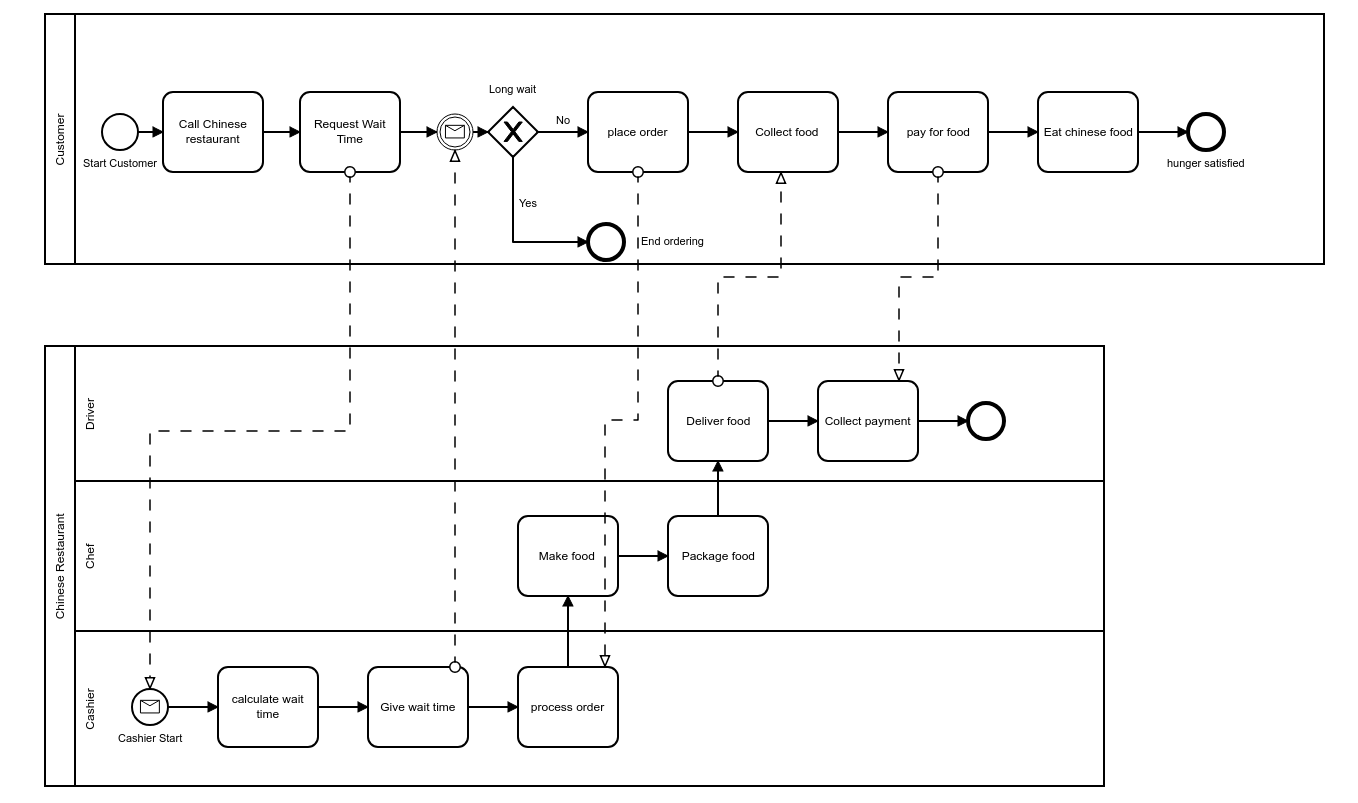
This is BPMN/foodordering.png from codecasualty/MTP, a BPMN export, as it was before one commit. Its source is kept beside it as BPMN/foodordering.bpmn. Ids are renumbered.
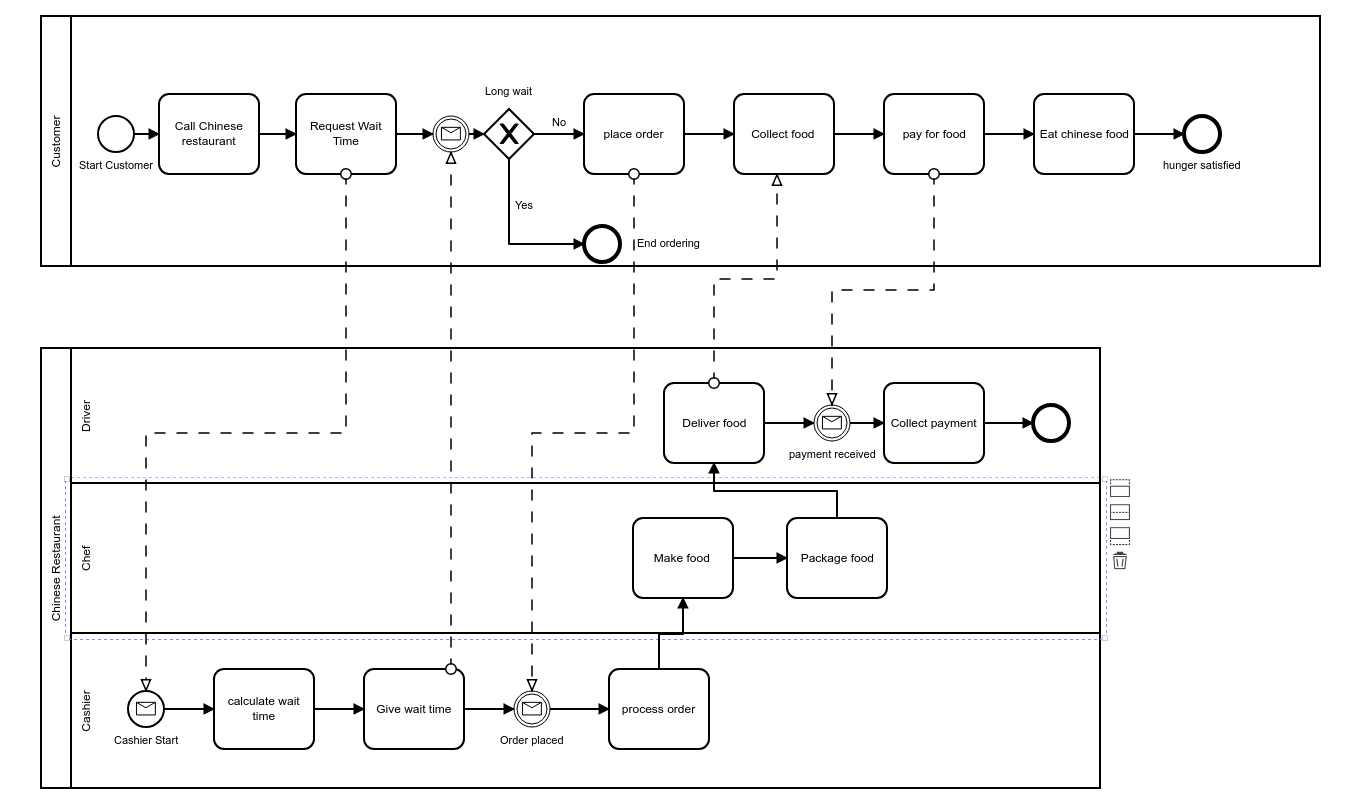
Above is the later version.

Diff of the diagram source:
```diff
@@ -2,11 +2,11 @@
   <bpmn:collaboration id="Collaboration_n2">
     <bpmn:participant id="Participant_n3" name="Customer" processRef="Process_1" />
     <bpmn:participant id="Participant_n4" name="Chinese Restaurant" processRef="Process_n5" />
-    <bpmn:messageFlow id="MessageFlow_n6" sourceRef="Task_n7" targetRef="Task_n8" />
     <bpmn:messageFlow id="MessageFlow_n9" sourceRef="Task_n10" targetRef="Task_n11" />
-    <bpmn:messageFlow id="MessageFlow_n12" sourceRef="Task_n13" targetRef="Task_n14" />
     <bpmn:messageFlow id="MessageFlow_n15" sourceRef="Task_n16" targetRef="StartEvent_n17" />
     <bpmn:messageFlow id="MessageFlow_n18" sourceRef="Task_n19" targetRef="IntermediateThrowEvent_n20" />
+    <bpmn:messageFlow id="MessageFlow_n53" sourceRef="Task_n7" targetRef="IntermediateThrowEvent_n54" />
+    <bpmn:messageFlow id="MessageFlow_n55" sourceRef="Task_n13" targetRef="IntermediateThrowEvent_n56" />
   </bpmn:collaboration>
   <bpmn:process id="Process_1" isExecutable="true">
     <bpmn:startEvent id="StartEvent_n21" name="Start Customer">
@@ -67,18 +67,20 @@
     <bpmn:laneSet id="LaneSet_n37">
       <bpmn:lane id="Lane_n38" name="Driver">
         <bpmn:flowNodeRef>Task_n10</bpmn:flowNodeRef>
+        <bpmn:flowNodeRef>EndEvent_n39</bpmn:flowNodeRef>
         <bpmn:flowNodeRef>Task_n14</bpmn:flowNodeRef>
-        <bpmn:flowNodeRef>EndEvent_n39</bpmn:flowNodeRef>
+        <bpmn:flowNodeRef>IntermediateThrowEvent_n56</bpmn:flowNodeRef>
       </bpmn:lane>
       <bpmn:lane id="Lane_n40" name="Chef">
+        <bpmn:flowNodeRef>Task_n42</bpmn:flowNodeRef>
         <bpmn:flowNodeRef>Task_n41</bpmn:flowNodeRef>
-        <bpmn:flowNodeRef>Task_n42</bpmn:flowNodeRef>
       </bpmn:lane>
       <bpmn:lane id="Lane_n43" name="Cashier">
         <bpmn:flowNodeRef>Task_n44</bpmn:flowNodeRef>
         <bpmn:flowNodeRef>Task_n19</bpmn:flowNodeRef>
+        <bpmn:flowNodeRef>StartEvent_n17</bpmn:flowNodeRef>
         <bpmn:flowNodeRef>Task_n8</bpmn:flowNodeRef>
-        <bpmn:flowNodeRef>StartEvent_n17</bpmn:flowNodeRef>
+        <bpmn:flowNodeRef>IntermediateThrowEvent_n54</bpmn:flowNodeRef>
       </bpmn:lane>
     </bpmn:laneSet>
     <bpmn:task id="Task_n44" name="calculate wait time">
@@ -88,42 +90,54 @@
     <bpmn:sequenceFlow id="SequenceFlow_n45" sourceRef="StartEvent_n17" targetRef="Task_n44" />
     <bpmn:task id="Task_n19" name="Give wait time">
       <bpmn:incoming>SequenceFlow_n46</bpmn:incoming>
-      <bpmn:outgoing>SequenceFlow_n47</bpmn:outgoing>
+      <bpmn:outgoing>SequenceFlow_n57</bpmn:outgoing>
     </bpmn:task>
     <bpmn:sequenceFlow id="SequenceFlow_n46" sourceRef="Task_n44" targetRef="Task_n19" />
-    <bpmn:task id="Task_n8" name="process order">
-      <bpmn:incoming>SequenceFlow_n47</bpmn:incoming>
-      <bpmn:outgoing>SequenceFlow_n48</bpmn:outgoing>
-    </bpmn:task>
-    <bpmn:sequenceFlow id="SequenceFlow_n47" sourceRef="Task_n19" targetRef="Task_n8" />
     <bpmn:sequenceFlow id="SequenceFlow_n48" sourceRef="Task_n8" targetRef="Task_n41" />
-    <bpmn:task id="Task_n41" name="Make food ">
-      <bpmn:incoming>SequenceFlow_n48</bpmn:incoming>
-      <bpmn:outgoing>SequenceFlow_n49</bpmn:outgoing>
-    </bpmn:task>
-    <bpmn:task id="Task_n42" name="Package food">
-      <bpmn:incoming>SequenceFlow_n49</bpmn:incoming>
-      <bpmn:outgoing>SequenceFlow_n50</bpmn:outgoing>
-    </bpmn:task>
     <bpmn:sequenceFlow id="SequenceFlow_n49" sourceRef="Task_n41" targetRef="Task_n42" />
     <bpmn:sequenceFlow id="SequenceFlow_n50" sourceRef="Task_n42" targetRef="Task_n10" />
     <bpmn:task id="Task_n10" name="Deliver food">
       <bpmn:incoming>SequenceFlow_n50</bpmn:incoming>
-      <bpmn:outgoing>SequenceFlow_n51</bpmn:outgoing>
+      <bpmn:outgoing>SequenceFlow_n58</bpmn:outgoing>
     </bpmn:task>
-    <bpmn:task id="Task_n14" name="Collect payment">
-      <bpmn:incoming>SequenceFlow_n51</bpmn:incoming>
-      <bpmn:outgoing>SequenceFlow_n52</bpmn:outgoing>
-    </bpmn:task>
-    <bpmn:sequenceFlow id="SequenceFlow_n51" sourceRef="Task_n10" targetRef="Task_n14" />
-    <bpmn:endEvent id="EndEvent_n39">
-      <bpmn:incoming>SequenceFlow_n52</bpmn:incoming>
-    </bpmn:endEvent>
     <bpmn:sequenceFlow id="SequenceFlow_n52" sourceRef="Task_n14" targetRef="EndEvent_n39" />
     <bpmn:startEvent id="StartEvent_n17" name="Cashier Start">
       <bpmn:outgoing>SequenceFlow_n45</bpmn:outgoing>
       <bpmn:messageEventDefinition />
     </bpmn:startEvent>
+    <bpmn:task id="Task_n42" name="Package food">
+      <bpmn:incoming>SequenceFlow_n49</bpmn:incoming>
+      <bpmn:outgoing>SequenceFlow_n50</bpmn:outgoing>
+    </bpmn:task>
+    <bpmn:task id="Task_n41" name="Make food ">
+      <bpmn:incoming>SequenceFlow_n48</bpmn:incoming>
+      <bpmn:outgoing>SequenceFlow_n49</bpmn:outgoing>
+    </bpmn:task>
+    <bpmn:task id="Task_n8" name="process order">
+      <bpmn:incoming>SequenceFlow_n59</bpmn:incoming>
+      <bpmn:outgoing>SequenceFlow_n48</bpmn:outgoing>
+    </bpmn:task>
+    <bpmn:sequenceFlow id="SequenceFlow_n57" sourceRef="Task_n19" targetRef="IntermediateThrowEvent_n54" />
+    <bpmn:sequenceFlow id="SequenceFlow_n59" sourceRef="IntermediateThrowEvent_n54" targetRef="Task_n8" />
+    <bpmn:intermediateCatchEvent id="IntermediateThrowEvent_n54" name="Order placed">
+      <bpmn:incoming>SequenceFlow_n57</bpmn:incoming>
+      <bpmn:outgoing>SequenceFlow_n59</bpmn:outgoing>
+      <bpmn:messageEventDefinition />
+    </bpmn:intermediateCatchEvent>
+    <bpmn:endEvent id="EndEvent_n39">
+      <bpmn:incoming>SequenceFlow_n52</bpmn:incoming>
+    </bpmn:endEvent>
+    <bpmn:task id="Task_n14" name="Collect payment">
+      <bpmn:incoming>SequenceFlow_n60</bpmn:incoming>
+      <bpmn:outgoing>SequenceFlow_n52</bpmn:outgoing>
+    </bpmn:task>
+    <bpmn:sequenceFlow id="SequenceFlow_n58" sourceRef="Task_n10" targetRef="IntermediateThrowEvent_n56" />
+    <bpmn:sequenceFlow id="SequenceFlow_n60" sourceRef="IntermediateThrowEvent_n56" targetRef="Task_n14" />
+    <bpmn:intermediateCatchEvent id="IntermediateThrowEvent_n56" name="payment received">
+      <bpmn:incoming>SequenceFlow_n58</bpmn:incoming>
+      <bpmn:outgoing>SequenceFlow_n60</bpmn:outgoing>
+      <bpmn:messageEventDefinition />
+    </bpmn:intermediateCatchEvent>
   </bpmn:process>
   <bpmndi:BPMNDiagram id="BPMNDiagram_1">
     <bpmndi:BPMNPlane id="BPMNPlane_1" bpmnElement="Collaboration_n2">
@@ -224,46 +238,42 @@
         <di:waypoint x="523" y="719" />
       </bpmndi:BPMNEdge>
       <bpmndi:BPMNShape id="Task_n8_di" bpmnElement="Task_n8">
-        <dc:Bounds x="673" y="679" width="100" height="80" />
+        <dc:Bounds x="768" y="679" width="100" height="80" />
       </bpmndi:BPMNShape>
-      <bpmndi:BPMNEdge id="SequenceFlow_n47_di" bpmnElement="SequenceFlow_n47">
-        <di:waypoint x="623" y="719" />
-        <di:waypoint x="673" y="719" />
-      </bpmndi:BPMNEdge>
       <bpmndi:BPMNShape id="Task_n41_di" bpmnElement="Task_n41">
-        <dc:Bounds x="673" y="528" width="100" height="80" />
+        <dc:Bounds x="792" y="528" width="100" height="80" />
       </bpmndi:BPMNShape>
       <bpmndi:BPMNEdge id="SequenceFlow_n48_di" bpmnElement="SequenceFlow_n48">
-        <di:waypoint x="723" y="679" />
-        <di:waypoint x="723" y="608" />
+        <di:waypoint x="818" y="679" />
+        <di:waypoint x="818" y="644" />
+        <di:waypoint x="842" y="644" />
+        <di:waypoint x="842" y="608" />
       </bpmndi:BPMNEdge>
       <bpmndi:BPMNShape id="Task_n42_di" bpmnElement="Task_n42">
-        <dc:Bounds x="823" y="528" width="100" height="80" />
+        <dc:Bounds x="946" y="528" width="100" height="80" />
       </bpmndi:BPMNShape>
       <bpmndi:BPMNEdge id="SequenceFlow_n49_di" bpmnElement="SequenceFlow_n49">
-        <di:waypoint x="773" y="568" />
-        <di:waypoint x="823" y="568" />
+        <di:waypoint x="892" y="568" />
+        <di:waypoint x="946" y="568" />
       </bpmndi:BPMNEdge>
       <bpmndi:BPMNShape id="Task_n10_di" bpmnElement="Task_n10">
         <dc:Bounds x="823" y="393" width="100" height="80" />
       </bpmndi:BPMNShape>
       <bpmndi:BPMNEdge id="SequenceFlow_n50_di" bpmnElement="SequenceFlow_n50">
-        <di:waypoint x="873" y="528" />
+        <di:waypoint x="996" y="528" />
+        <di:waypoint x="996" y="501" />
+        <di:waypoint x="873" y="501" />
         <di:waypoint x="873" y="473" />
       </bpmndi:BPMNEdge>
       <bpmndi:BPMNShape id="Task_n14_di" bpmnElement="Task_n14">
-        <dc:Bounds x="973" y="393" width="100" height="80" />
+        <dc:Bounds x="1043" y="393" width="100" height="80" />
       </bpmndi:BPMNShape>
-      <bpmndi:BPMNEdge id="SequenceFlow_n51_di" bpmnElement="SequenceFlow_n51">
-        <di:waypoint x="923" y="433" />
-        <di:waypoint x="973" y="433" />
-      </bpmndi:BPMNEdge>
       <bpmndi:BPMNShape id="EndEvent_n39_di" bpmnElement="EndEvent_n39">
-        <dc:Bounds x="1123" y="415" width="36" height="36" />
+        <dc:Bounds x="1192" y="415" width="36" height="36" />
       </bpmndi:BPMNShape>
       <bpmndi:BPMNEdge id="SequenceFlow_n52_di" bpmnElement="SequenceFlow_n52">
-        <di:waypoint x="1073" y="433" />
-        <di:waypoint x="1123" y="433" />
+        <di:waypoint x="1143" y="433" />
+        <di:waypoint x="1192" y="433" />
       </bpmndi:BPMNEdge>
       <bpmndi:BPMNShape id="EndEvent_n35_di" bpmnElement="EndEvent_n35">
         <dc:Bounds x="743" y="236" width="36" height="36" />
@@ -279,23 +289,11 @@
           <dc:Bounds x="674" y="209" width="19" height="14" />
         </bpmndi:BPMNLabel>
       </bpmndi:BPMNEdge>
-      <bpmndi:BPMNEdge id="MessageFlow_n6_di" bpmnElement="MessageFlow_n6">
-        <di:waypoint x="793" y="184" />
-        <di:waypoint x="793" y="432" />
-        <di:waypoint x="760" y="432" />
-        <di:waypoint x="760" y="679" />
-      </bpmndi:BPMNEdge>
       <bpmndi:BPMNEdge id="MessageFlow_n9_di" bpmnElement="MessageFlow_n9">
         <di:waypoint x="873" y="393" />
         <di:waypoint x="873" y="289" />
         <di:waypoint x="936" y="289" />
         <di:waypoint x="936" y="184" />
-      </bpmndi:BPMNEdge>
-      <bpmndi:BPMNEdge id="MessageFlow_n12_di" bpmnElement="MessageFlow_n12">
-        <di:waypoint x="1093" y="184" />
-        <di:waypoint x="1093" y="289" />
-        <di:waypoint x="1054" y="289" />
-        <di:waypoint x="1054" y="393" />
       </bpmndi:BPMNEdge>
       <bpmndi:BPMNEdge id="MessageFlow_n15_di" bpmnElement="MessageFlow_n15">
         <di:waypoint x="505" y="184" />
@@ -324,6 +322,46 @@
         <di:waypoint x="610" y="679" />
         <di:waypoint x="610" y="162" />
       </bpmndi:BPMNEdge>
+      <bpmndi:BPMNEdge id="SequenceFlow_n57_di" bpmnElement="SequenceFlow_n57">
+        <di:waypoint x="623" y="719" />
+        <di:waypoint x="673" y="719" />
+      </bpmndi:BPMNEdge>
+      <bpmndi:BPMNEdge id="SequenceFlow_n59_di" bpmnElement="SequenceFlow_n59">
+        <di:waypoint x="709" y="719" />
+        <di:waypoint x="768" y="719" />
+      </bpmndi:BPMNEdge>
+      <bpmndi:BPMNShape id="IntermediateCatchEvent_14d4eql_di" bpmnElement="IntermediateThrowEvent_n54">
+        <dc:Bounds x="673" y="701" width="36" height="36" />
+        <bpmndi:BPMNLabel>
+          <dc:Bounds x="659" y="744" width="64" height="14" />
+        </bpmndi:BPMNLabel>
+      </bpmndi:BPMNShape>
+      <bpmndi:BPMNEdge id="MessageFlow_n53_di" bpmnElement="MessageFlow_n53">
+        <di:waypoint x="793" y="184" />
+        <di:waypoint x="793" y="443" />
+        <di:waypoint x="691" y="443" />
+        <di:waypoint x="691" y="701" />
+      </bpmndi:BPMNEdge>
+      <bpmndi:BPMNEdge id="SequenceFlow_n58_di" bpmnElement="SequenceFlow_n58">
+        <di:waypoint x="923" y="433" />
+        <di:waypoint x="973" y="433" />
+      </bpmndi:BPMNEdge>
+      <bpmndi:BPMNEdge id="SequenceFlow_n60_di" bpmnElement="SequenceFlow_n60">
+        <di:waypoint x="1009" y="433" />
+        <di:waypoint x="1043" y="433" />
+      </bpmndi:BPMNEdge>
+      <bpmndi:BPMNShape id="IntermediateCatchEvent_05rl6jo_di" bpmnElement="IntermediateThrowEvent_n56">
+        <dc:Bounds x="973" y="415" width="36" height="36" />
+        <bpmndi:BPMNLabel>
+          <dc:Bounds x="948" y="458" width="87" height="14" />
+        </bpmndi:BPMNLabel>
+      </bpmndi:BPMNShape>
+      <bpmndi:BPMNEdge id="MessageFlow_n55_di" bpmnElement="MessageFlow_n55">
+        <di:waypoint x="1093" y="184" />
+        <di:waypoint x="1093" y="300" />
+        <di:waypoint x="991" y="300" />
+        <di:waypoint x="991" y="415" />
+      </bpmndi:BPMNEdge>
     </bpmndi:BPMNPlane>
   </bpmndi:BPMNDiagram>
 </bpmn:definitions>
```
